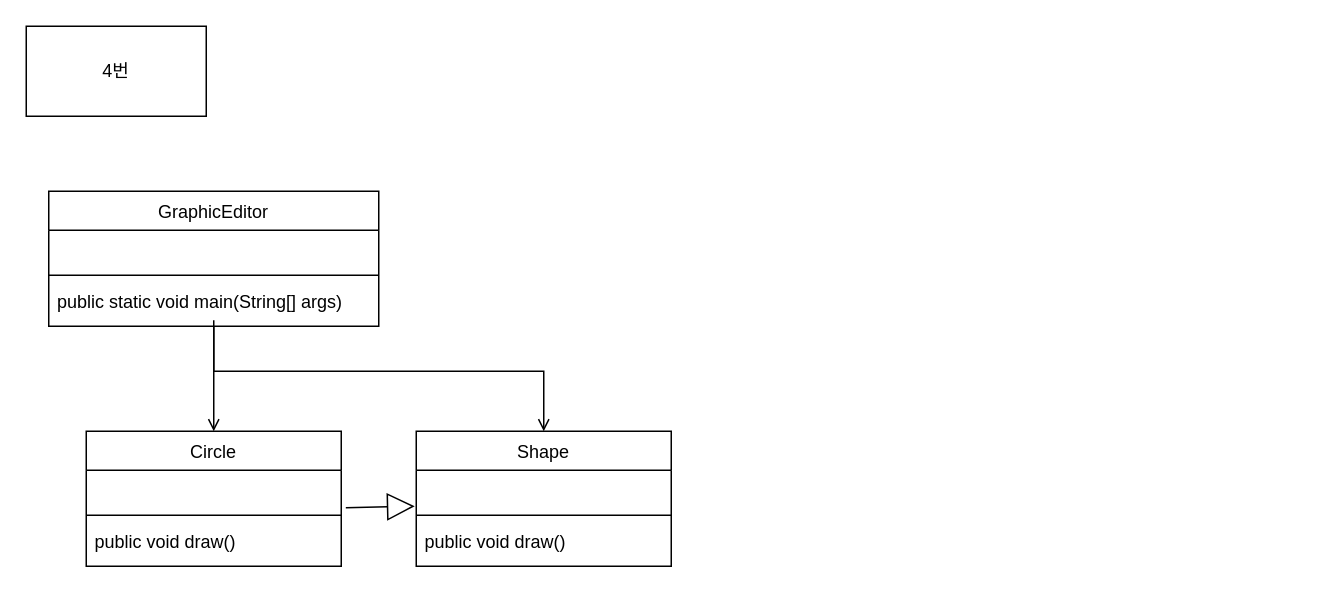
Earlier version of the draw.io diagram 6장 과제.drawio (skatld123/NSH). Source tidied: cells renumbered, new cells numbered last; positions are measured from the earlier drawing's top-left corner, leaving out a move shared by most shapes. Both pictures are drawn from the tidied source at 150%, with x=0, y=0 at pixel (26, 26).
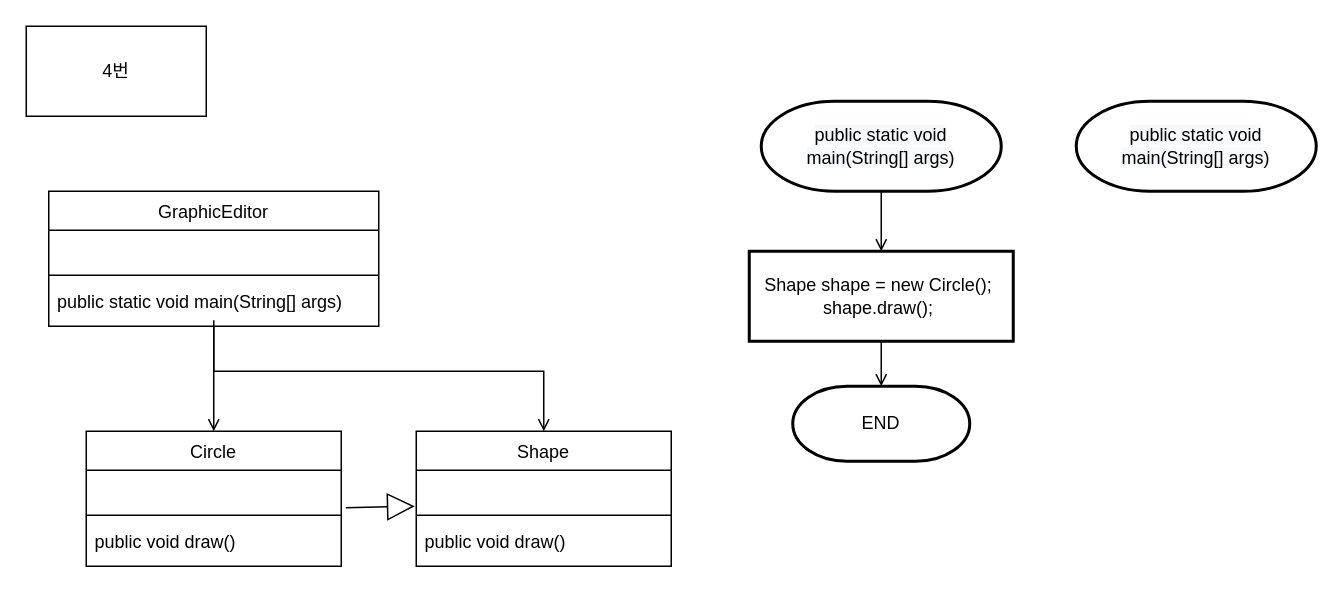
Above is the later version.

Commit message:
6장 과제.drawio 업데이트

The edit, as a diff of the source:
```diff
@@
+    <mxCell id="18" style="edgeStyle=orthogonalEdgeStyle;rounded=0;jettySize=auto;html=1;endArrow=open;endFill=0;" parent="1" edge="1" source="19" target="21">
+      <mxGeometry relative="1" as="geometry" />
+    </mxCell>
+    <mxCell id="19" value="&#10;&#10;&lt;span style=&quot;color: rgb(0, 0, 0); font-family: helvetica; font-size: 12px; font-style: normal; font-weight: 400; letter-spacing: normal; text-align: left; text-indent: 0px; text-transform: none; word-spacing: 0px; background-color: rgb(248, 249, 250); display: inline; float: none;&quot;&gt;public static void main(String[] args)&lt;/span&gt;&#10;&#10;" style="strokeWidth=2;html=1;shape=mxgraph.flowchart.terminator;whiteSpace=wrap;" parent="1" vertex="1">
+      <mxGeometry x="490" y="50" width="160" height="60" as="geometry" />
+    </mxCell>
+    <mxCell id="20" style="edgeStyle=orthogonalEdgeStyle;rounded=0;jettySize=auto;html=1;endArrow=open;endFill=0;" parent="1" edge="1" source="21" target="22">
+      <mxGeometry relative="1" as="geometry" />
+    </mxCell>
+    <mxCell id="21" value="Shape shape = new Circle();&amp;nbsp;&lt;br&gt;  shape.draw();&amp;nbsp;" style="rounded=1;whiteSpace=wrap;html=1;absoluteArcSize=1;arcSize=0;strokeWidth=2;" parent="1" vertex="1">
+      <mxGeometry x="482" y="150" width="176" height="60" as="geometry" />
+    </mxCell>
+    <mxCell id="22" value="END" style="strokeWidth=2;html=1;shape=mxgraph.flowchart.terminator;whiteSpace=wrap;" parent="1" vertex="1">
+      <mxGeometry x="511" y="240" width="118" height="50" as="geometry" />
+    </mxCell>
+    <mxCell id="23" value="&#10;&#10;&lt;span style=&quot;color: rgb(0, 0, 0); font-family: helvetica; font-size: 12px; font-style: normal; font-weight: 400; letter-spacing: normal; text-align: left; text-indent: 0px; text-transform: none; word-spacing: 0px; background-color: rgb(248, 249, 250); display: inline; float: none;&quot;&gt;public static void main(String[] args)&lt;/span&gt;&#10;&#10;" style="strokeWidth=2;html=1;shape=mxgraph.flowchart.terminator;whiteSpace=wrap;" parent="1" vertex="1">
+      <mxGeometry x="700" y="50" width="160" height="60" as="geometry" />
+    </mxCell>
```
